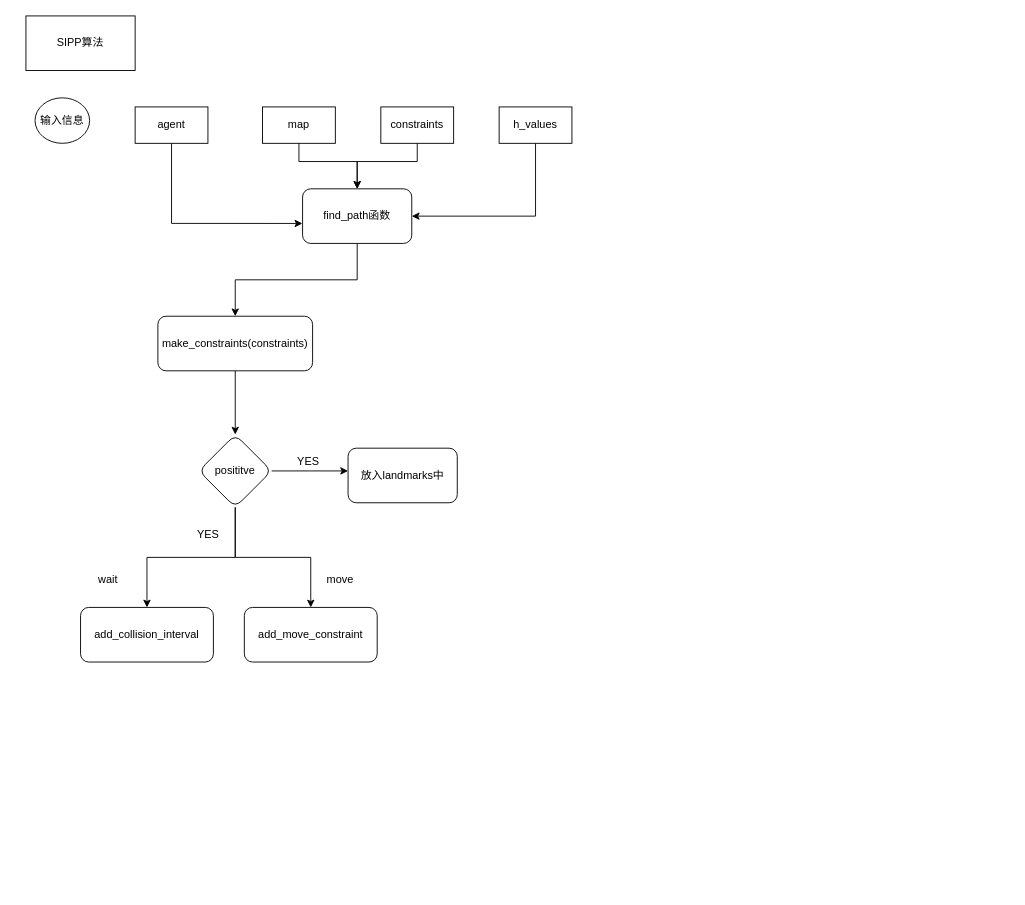
Before: SIPP.drawio in Peter1qaz2wsx/flow_chart-, a draw.io diagram. Source tidied: cells renumbered, new cells numbered last; positions are measured from the earlier drawing's top-left corner, leaving out a move shared by most shapes. Both pictures are drawn from the tidied source at 91%, with x=0, y=0 at pixel (25, 15).
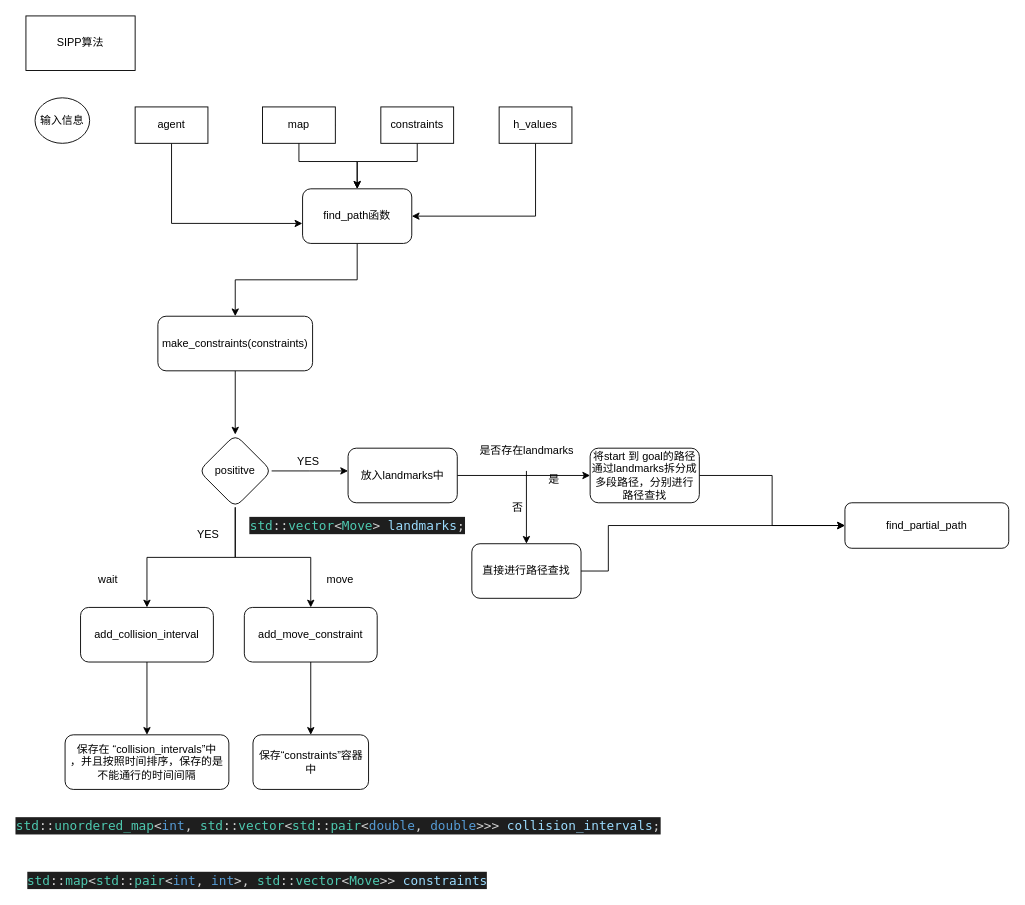
Above is the later version.

The change refers to these unchanged cells:
```xml
<mxCell id="20" value="放入landmarks中" style="whiteSpace=wrap;html=1;rounded=1;" parent="1" vertex="1">
  <mxGeometry x="354" y="475" width="120" height="60" as="geometry" />
</mxCell>
<mxCell id="23" value="add_collision_interval" style="rounded=1;whiteSpace=wrap;html=1;" parent="1" vertex="1">
  <mxGeometry x="60" y="650" width="146" height="60" as="geometry" />
</mxCell>
<mxCell id="24" value="add_move_constraint" style="rounded=1;whiteSpace=wrap;html=1;" parent="1" vertex="1">
  <mxGeometry x="240" y="650" width="146" height="60" as="geometry" />
</mxCell>
```

The edit, as a diff of the source:
```diff
@@
+    <mxCell id="27" style="edgeStyle=orthogonalEdgeStyle;rounded=0;jettySize=auto;html=1;" parent="1" edge="1" source="20" target="36">
+      <mxGeometry relative="1" as="geometry" />
+    </mxCell>
@@
+    <mxCell id="28" style="edgeStyle=orthogonalEdgeStyle;rounded=0;jettySize=auto;html=1;" parent="1" edge="1" source="23" target="30">
+      <mxGeometry relative="1" as="geometry" />
+    </mxCell>
@@
+    <mxCell id="29" style="edgeStyle=orthogonalEdgeStyle;rounded=0;jettySize=auto;html=1;" parent="1" edge="1" source="24" target="31">
+      <mxGeometry relative="1" as="geometry" />
+    </mxCell>
@@
+    <mxCell id="30" value="&lt;div&gt;保存在 “collision_intervals”中&lt;/div&gt;&lt;div&gt;，并且按照时间排序，保存的是&lt;/div&gt;&lt;div&gt;不能通行的时间间隔&lt;br&gt;&lt;/div&gt;" style="whiteSpace=wrap;html=1;rounded=1;" parent="1" vertex="1">
+      <mxGeometry x="43" y="790" width="180" height="60" as="geometry" />
+    </mxCell>
+    <mxCell id="31" value="保存“constraints”容器中" style="whiteSpace=wrap;html=1;rounded=1;" parent="1" vertex="1">
+      <mxGeometry x="249.5" y="790" width="127" height="60" as="geometry" />
+    </mxCell>
+    <mxCell id="32" value="&lt;div style=&quot;color: rgb(212 , 212 , 212) ; background-color: rgb(30 , 30 , 30) ; font-family: &amp;#34;droid sans mono&amp;#34; , &amp;#34;monospace&amp;#34; , monospace , &amp;#34;droid sans fallback&amp;#34; ; font-weight: normal ; font-size: 14px ; line-height: 19px&quot;&gt;&lt;div&gt;&lt;span style=&quot;color: #4ec9b0&quot;&gt;std&lt;/span&gt;&lt;span style=&quot;color: #d4d4d4&quot;&gt;::&lt;/span&gt;&lt;span style=&quot;color: #4ec9b0&quot;&gt;map&lt;/span&gt;&lt;span style=&quot;color: #d4d4d4&quot;&gt;&amp;lt;&lt;/span&gt;&lt;span style=&quot;color: #4ec9b0&quot;&gt;std&lt;/span&gt;&lt;span style=&quot;color: #d4d4d4&quot;&gt;::&lt;/span&gt;&lt;span style=&quot;color: #4ec9b0&quot;&gt;pair&lt;/span&gt;&lt;span style=&quot;color: #d4d4d4&quot;&gt;&amp;lt;&lt;/span&gt;&lt;span style=&quot;color: #569cd6&quot;&gt;int&lt;/span&gt;&lt;span style=&quot;color: #d4d4d4&quot;&gt;, &lt;/span&gt;&lt;span style=&quot;color: #569cd6&quot;&gt;int&lt;/span&gt;&lt;span style=&quot;color: #d4d4d4&quot;&gt;&amp;gt;, &lt;/span&gt;&lt;span style=&quot;color: #4ec9b0&quot;&gt;std&lt;/span&gt;&lt;span style=&quot;color: #d4d4d4&quot;&gt;::&lt;/span&gt;&lt;span style=&quot;color: #4ec9b0&quot;&gt;vector&lt;/span&gt;&lt;span style=&quot;color: #d4d4d4&quot;&gt;&amp;lt;&lt;/span&gt;&lt;span style=&quot;color: #4ec9b0&quot;&gt;Move&lt;/span&gt;&lt;span style=&quot;color: #d4d4d4&quot;&gt;&amp;gt;&amp;gt; &lt;/span&gt;&lt;span style=&quot;color: #9cdcfe&quot;&gt;constraints&lt;/span&gt;&lt;/div&gt;&lt;/div&gt;" style="text;html=1;align=center;verticalAlign=middle;strokeColor=none;" parent="1" vertex="1">
+      <mxGeometry x="34" y="940" width="440" height="20" as="geometry" />
+    </mxCell>
+    <mxCell id="33" value="&lt;div style=&quot;color: rgb(212 , 212 , 212) ; background-color: rgb(30 , 30 , 30) ; font-family: &amp;#34;droid sans mono&amp;#34; , &amp;#34;monospace&amp;#34; , monospace , &amp;#34;droid sans fallback&amp;#34; ; font-weight: normal ; font-size: 14px ; line-height: 19px&quot;&gt;&lt;div&gt;&lt;span style=&quot;color: #d4d4d4&quot;&gt; &lt;/span&gt;&lt;span style=&quot;color: #4ec9b0&quot;&gt;std&lt;/span&gt;&lt;span style=&quot;color: #d4d4d4&quot;&gt;::&lt;/span&gt;&lt;span style=&quot;color: #4ec9b0&quot;&gt;unordered_map&lt;/span&gt;&lt;span style=&quot;color: #d4d4d4&quot;&gt;&amp;lt;&lt;/span&gt;&lt;span style=&quot;color: #569cd6&quot;&gt;int&lt;/span&gt;&lt;span style=&quot;color: #d4d4d4&quot;&gt;, &lt;/span&gt;&lt;span style=&quot;color: #4ec9b0&quot;&gt;std&lt;/span&gt;&lt;span style=&quot;color: #d4d4d4&quot;&gt;::&lt;/span&gt;&lt;span style=&quot;color: #4ec9b0&quot;&gt;vector&lt;/span&gt;&lt;span style=&quot;color: #d4d4d4&quot;&gt;&amp;lt;&lt;/span&gt;&lt;span style=&quot;color: #4ec9b0&quot;&gt;std&lt;/span&gt;&lt;span style=&quot;color: #d4d4d4&quot;&gt;::&lt;/span&gt;&lt;span style=&quot;color: #4ec9b0&quot;&gt;pair&lt;/span&gt;&lt;span style=&quot;color: #d4d4d4&quot;&gt;&amp;lt;&lt;/span&gt;&lt;span style=&quot;color: #569cd6&quot;&gt;double&lt;/span&gt;&lt;span style=&quot;color: #d4d4d4&quot;&gt;, &lt;/span&gt;&lt;span style=&quot;color: #569cd6&quot;&gt;double&lt;/span&gt;&lt;span style=&quot;color: #d4d4d4&quot;&gt;&amp;gt;&amp;gt;&amp;gt; &lt;/span&gt;&lt;span style=&quot;color: #9cdcfe&quot;&gt;collision_intervals&lt;/span&gt;&lt;span style=&quot;color: #d4d4d4&quot;&gt;;&lt;/span&gt;&lt;/div&gt;&lt;/div&gt;" style="text;html=1;align=center;verticalAlign=middle;strokeColor=none;" parent="1" vertex="1">
+      <mxGeometry x="43" y="880" width="600" height="20" as="geometry" />
+    </mxCell>
+    <mxCell id="34" value="&lt;div style=&quot;color: rgb(212 , 212 , 212) ; background-color: rgb(30 , 30 , 30) ; font-family: &amp;#34;droid sans mono&amp;#34; , &amp;#34;monospace&amp;#34; , monospace , &amp;#34;droid sans fallback&amp;#34; ; font-weight: normal ; font-size: 14px ; line-height: 19px&quot;&gt;&lt;div&gt;&lt;span style=&quot;color: #4ec9b0&quot;&gt;std&lt;/span&gt;&lt;span style=&quot;color: #d4d4d4&quot;&gt;::&lt;/span&gt;&lt;span style=&quot;color: #4ec9b0&quot;&gt;vector&lt;/span&gt;&lt;span style=&quot;color: #d4d4d4&quot;&gt;&amp;lt;&lt;/span&gt;&lt;span style=&quot;color: #4ec9b0&quot;&gt;Move&lt;/span&gt;&lt;span style=&quot;color: #d4d4d4&quot;&gt;&amp;gt; &lt;/span&gt;&lt;span style=&quot;color: #9cdcfe&quot;&gt;landmarks&lt;/span&gt;&lt;span style=&quot;color: #d4d4d4&quot;&gt;;&lt;/span&gt;&lt;/div&gt;&lt;/div&gt;" style="text;html=1;align=center;verticalAlign=middle;strokeColor=none;" parent="1" vertex="1">
+      <mxGeometry x="259" y="550" width="210" height="20" as="geometry" />
+    </mxCell>
+    <mxCell id="35" style="edgeStyle=orthogonalEdgeStyle;rounded=0;jettySize=auto;html=1;exitX=1;exitY=0.5;exitDx=0;exitDy=0;entryX=0;entryY=0.5;entryDx=0;entryDy=0;" parent="1" edge="1" source="36" target="43">
+      <mxGeometry relative="1" as="geometry" />
+    </mxCell>
+    <mxCell id="36" value="将start 到 goal的路径通过landmarks拆分成多段路径，分别进行路径查找" style="whiteSpace=wrap;html=1;rounded=1;" parent="1" vertex="1">
+      <mxGeometry x="620" y="475" width="120" height="60" as="geometry" />
+    </mxCell>
+    <mxCell id="37" style="edgeStyle=orthogonalEdgeStyle;rounded=0;jettySize=auto;html=1;" parent="1" edge="1" source="38" target="40">
+      <mxGeometry relative="1" as="geometry" />
+    </mxCell>
+    <mxCell id="38" value="&lt;div&gt;是否存在landmarks&lt;/div&gt;&lt;div&gt;&lt;br&gt;&lt;/div&gt;" style="text;html=1;align=center;verticalAlign=middle;points=[];strokeColor=none;" parent="1" vertex="1">
+      <mxGeometry x="490" y="470" width="120" height="30" as="geometry" />
+    </mxCell>
+    <mxCell id="39" style="edgeStyle=orthogonalEdgeStyle;rounded=0;jettySize=auto;html=1;exitX=1;exitY=0.5;exitDx=0;exitDy=0;" parent="1" edge="1" source="40">
+      <mxGeometry relative="1" as="geometry">
+        <mxPoint x="900" y="560" as="targetPoint" />
+        <Array as="points">
+          <mxPoint x="640" y="610" />
+          <mxPoint x="640" y="560" />
+        </Array>
+      </mxGeometry>
+    </mxCell>
+    <mxCell id="40" value="直接进行路径查找" style="rounded=1;whiteSpace=wrap;html=1;strokeWidth=1;" parent="1" vertex="1">
+      <mxGeometry x="490" y="580" width="120" height="60" as="geometry" />
+    </mxCell>
+    <mxCell id="41" value="否" style="text;html=1;align=center;verticalAlign=middle;strokeColor=none;" parent="1" vertex="1">
+      <mxGeometry x="525" y="530" width="30" height="20" as="geometry" />
+    </mxCell>
+    <mxCell id="42" value="是" style="text;html=1;align=center;verticalAlign=middle;strokeColor=none;" parent="1" vertex="1">
+      <mxGeometry x="565" y="500" width="30" height="20" as="geometry" />
+    </mxCell>
+    <mxCell id="43" value="find_partial_path" style="rounded=1;whiteSpace=wrap;html=1;strokeWidth=1;" parent="1" vertex="1">
+      <mxGeometry x="900" y="535" width="180" height="50" as="geometry" />
+    </mxCell>
```
